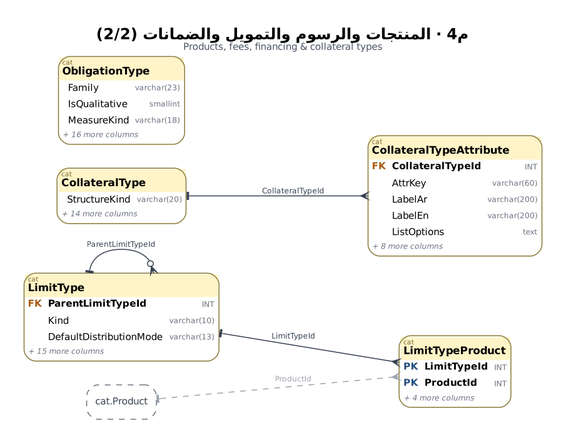
The Graphviz diagram treasury-platform/docs/diagrams/pro/m4_products_2.png in thawrasy/smartlines, before a commit. Its source is kept beside it as treasury-platform/docs/diagrams/pro/src/m4_products_2.dot. Its diagram source:
```dot
digraph G {
  graph [fontname="DejaVu Sans", label=<<B><FONT POINT-SIZE="16">م4 · المنتجات والرسوم والتمويل والضمانات (2/2)</FONT></B><BR/><FONT POINT-SIZE="10" COLOR="#4B5563">Products, fees, financing &amp; collateral types</FONT>>, labelloc=t, rankdir=LR, splines=true, nodesep=0.35, ranksep=1.25, pad=0.35, bgcolor="white", dpi=110];
  node [fontname="DejaVu Sans", fontsize=10];
  edge [fontname="DejaVu Sans", fontsize=8, color="#374151", arrowsize=0.75];
  "cat.LimitType" [shape=plain, label=<<TABLE BORDER="1" COLOR="#8A7A3A" CELLBORDER="0" CELLSPACING="0" CELLPADDING="3" STYLE="rounded" BGCOLOR="white"><TR><TD COLSPAN="3" BGCOLOR="#FFF4C7" ALIGN="LEFT"><FONT POINT-SIZE="7" COLOR="#7A6A2E">cat</FONT><BR ALIGN="LEFT"/><FONT POINT-SIZE="11"><B>LimitType</B></FONT></TD></TR><TR><TD ALIGN="LEFT"><FONT COLOR="#B45309"><B>FK</B></FONT></TD><TD ALIGN="LEFT"><B>ParentLimitTypeId</B></TD><TD ALIGN="RIGHT"><FONT COLOR="#6B7280" POINT-SIZE="8">INT</FONT></TD></TR><TR><TD ALIGN="LEFT"></TD><TD ALIGN="LEFT">Kind</TD><TD ALIGN="RIGHT"><FONT COLOR="#6B7280" POINT-SIZE="8">varchar(10)</FONT></TD></TR><TR><TD ALIGN="LEFT"></TD><TD ALIGN="LEFT">DefaultDistributionMode</TD><TD ALIGN="RIGHT"><FONT COLOR="#6B7280" POINT-SIZE="8">varchar(13)</FONT></TD></TR><TR><TD COLSPAN="3" ALIGN="LEFT"><FONT POINT-SIZE="8" COLOR="#6B7280"><I>+ 15 more columns</I></FONT></TD></TR></TABLE>>];
  "cat.LimitTypeProduct" [shape=plain, label=<<TABLE BORDER="1" COLOR="#8A7A3A" CELLBORDER="0" CELLSPACING="0" CELLPADDING="3" STYLE="rounded" BGCOLOR="white"><TR><TD COLSPAN="3" BGCOLOR="#FFF4C7" ALIGN="LEFT"><FONT POINT-SIZE="7" COLOR="#7A6A2E">cat</FONT><BR ALIGN="LEFT"/><FONT POINT-SIZE="11"><B>LimitTypeProduct</B></FONT></TD></TR><TR><TD ALIGN="LEFT"><FONT COLOR="#1D4E89"><B>PK</B></FONT></TD><TD ALIGN="LEFT"><B>LimitTypeId</B></TD><TD ALIGN="RIGHT"><FONT COLOR="#6B7280" POINT-SIZE="8">INT</FONT></TD></TR><TR><TD ALIGN="LEFT"><FONT COLOR="#1D4E89"><B>PK</B></FONT></TD><TD ALIGN="LEFT"><B>ProductId</B></TD><TD ALIGN="RIGHT"><FONT COLOR="#6B7280" POINT-SIZE="8">INT</FONT></TD></TR><TR><TD COLSPAN="3" ALIGN="LEFT"><FONT POINT-SIZE="8" COLOR="#6B7280"><I>+ 4 more columns</I></FONT></TD></TR></TABLE>>];
  "cat.CollateralType" [shape=plain, label=<<TABLE BORDER="1" COLOR="#8A7A3A" CELLBORDER="0" CELLSPACING="0" CELLPADDING="3" STYLE="rounded" BGCOLOR="white"><TR><TD COLSPAN="3" BGCOLOR="#FFF4C7" ALIGN="LEFT"><FONT POINT-SIZE="7" COLOR="#7A6A2E">cat</FONT><BR ALIGN="LEFT"/><FONT POINT-SIZE="11"><B>CollateralType</B></FONT></TD></TR><TR><TD ALIGN="LEFT"></TD><TD ALIGN="LEFT">StructureKind</TD><TD ALIGN="RIGHT"><FONT COLOR="#6B7280" POINT-SIZE="8">varchar(20)</FONT></TD></TR><TR><TD COLSPAN="3" ALIGN="LEFT"><FONT POINT-SIZE="8" COLOR="#6B7280"><I>+ 14 more columns</I></FONT></TD></TR></TABLE>>];
  "cat.CollateralTypeAttribute" [shape=plain, label=<<TABLE BORDER="1" COLOR="#8A7A3A" CELLBORDER="0" CELLSPACING="0" CELLPADDING="3" STYLE="rounded" BGCOLOR="white"><TR><TD COLSPAN="3" BGCOLOR="#FFF4C7" ALIGN="LEFT"><FONT POINT-SIZE="7" COLOR="#7A6A2E">cat</FONT><BR ALIGN="LEFT"/><FONT POINT-SIZE="11"><B>CollateralTypeAttribute</B></FONT></TD></TR><TR><TD ALIGN="LEFT"><FONT COLOR="#B45309"><B>FK</B></FONT></TD><TD ALIGN="LEFT"><B>CollateralTypeId</B></TD><TD ALIGN="RIGHT"><FONT COLOR="#6B7280" POINT-SIZE="8">INT</FONT></TD></TR><TR><TD ALIGN="LEFT"></TD><TD ALIGN="LEFT">AttrKey</TD><TD ALIGN="RIGHT"><FONT COLOR="#6B7280" POINT-SIZE="8">varchar(60)</FONT></TD></TR><TR><TD ALIGN="LEFT"></TD><TD ALIGN="LEFT">LabelAr</TD><TD ALIGN="RIGHT"><FONT COLOR="#6B7280" POINT-SIZE="8">varchar(200)</FONT></TD></TR><TR><TD ALIGN="LEFT"></TD><TD ALIGN="LEFT">LabelEn</TD><TD ALIGN="RIGHT"><FONT COLOR="#6B7280" POINT-SIZE="8">varchar(200)</FONT></TD></TR><TR><TD ALIGN="LEFT"></TD><TD ALIGN="LEFT">ListOptions</TD><TD ALIGN="RIGHT"><FONT COLOR="#6B7280" POINT-SIZE="8">text</FONT></TD></TR><TR><TD COLSPAN="3" ALIGN="LEFT"><FONT POINT-SIZE="8" COLOR="#6B7280"><I>+ 8 more columns</I></FONT></TD></TR></TABLE>>];
  "cat.ObligationType" [shape=plain, label=<<TABLE BORDER="1" COLOR="#8A7A3A" CELLBORDER="0" CELLSPACING="0" CELLPADDING="3" STYLE="rounded" BGCOLOR="white"><TR><TD COLSPAN="3" BGCOLOR="#FFF4C7" ALIGN="LEFT"><FONT POINT-SIZE="7" COLOR="#7A6A2E">cat</FONT><BR ALIGN="LEFT"/><FONT POINT-SIZE="11"><B>ObligationType</B></FONT></TD></TR><TR><TD ALIGN="LEFT"></TD><TD ALIGN="LEFT">Family</TD><TD ALIGN="RIGHT"><FONT COLOR="#6B7280" POINT-SIZE="8">varchar(23)</FONT></TD></TR><TR><TD ALIGN="LEFT"></TD><TD ALIGN="LEFT">IsQualitative</TD><TD ALIGN="RIGHT"><FONT COLOR="#6B7280" POINT-SIZE="8">smallint</FONT></TD></TR><TR><TD ALIGN="LEFT"></TD><TD ALIGN="LEFT">MeasureKind</TD><TD ALIGN="RIGHT"><FONT COLOR="#6B7280" POINT-SIZE="8">varchar(18)</FONT></TD></TR><TR><TD COLSPAN="3" ALIGN="LEFT"><FONT POINT-SIZE="8" COLOR="#6B7280"><I>+ 16 more columns</I></FONT></TD></TR></TABLE>>];
  "cat.Product" [shape=box, style="rounded,dashed", color="#6B7280", fontcolor="#374151", margin="0.12,0.05", label="cat.Product"];
  "cat.CollateralType" -> "cat.CollateralTypeAttribute" [dir=both, arrowtail=tee, arrowhead=crow, style=solid, color="#374151", fontcolor="#374151", label="CollateralTypeId"];
  "cat.LimitType" -> "cat.LimitType" [dir=both, arrowtail=tee, arrowhead=crowodot, style=solid, color="#374151", fontcolor="#374151", label="ParentLimitTypeId"];
  "cat.LimitType" -> "cat.LimitTypeProduct" [dir=both, arrowtail=tee, arrowhead=crow, style=solid, color="#374151", fontcolor="#374151", label="LimitTypeId"];
  "cat.Product" -> "cat.LimitTypeProduct" [dir=both, arrowtail=tee, arrowhead=crow, style=dashed, color="#9CA3AF", fontcolor="#9CA3AF", label="ProductId"];
}
```
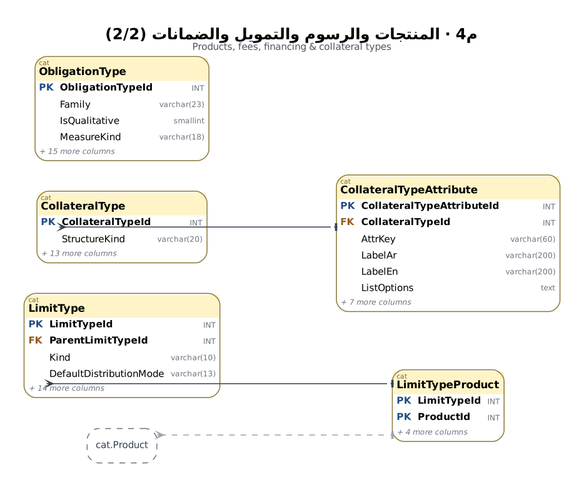
Above is the later version.

What changed in the source:
```diff
@@ -1,15 +1,14 @@
 digraph G {
-  graph [fontname="DejaVu Sans", label=<<B><FONT POINT-SIZE="16">م4 · المنتجات والرسوم والتمويل والضمانات (2/2)</FONT></B><BR/><FONT POINT-SIZE="10" COLOR="#4B5563">Products, fees, financing &amp; collateral types</FONT>>, labelloc=t, rankdir=LR, splines=true, nodesep=0.35, ranksep=1.25, pad=0.35, bgcolor="white", dpi=110];
+  graph [fontname="DejaVu Sans", label=<<B><FONT POINT-SIZE="16">م4 · المنتجات والرسوم والتمويل والضمانات (2/2)</FONT></B><BR/><FONT POINT-SIZE="10" COLOR="#4B5563">Products, fees, financing &amp; collateral types</FONT>>, labelloc=t, rankdir=LR, splines=ortho, nodesep=0.45, ranksep=1.7, pad=0.35, bgcolor="white", dpi=110];
   node [fontname="DejaVu Sans", fontsize=10];
   edge [fontname="DejaVu Sans", fontsize=8, color="#374151", arrowsize=0.75];
-  "cat.LimitType" [shape=plain, label=<<TABLE BORDER="1" COLOR="#8A7A3A" CELLBORDER="0" CELLSPACING="0" CELLPADDING="3" STYLE="rounded" BGCOLOR="white"><TR><TD COLSPAN="3" BGCOLOR="#FFF4C7" ALIGN="LEFT"><FONT POINT-SIZE="7" COLOR="#7A6A2E">cat</FONT><BR ALIGN="LEFT"/><FONT POINT-SIZE="11"><B>LimitType</B></FONT></TD></TR><TR><TD ALIGN="LEFT"><FONT COLOR="#B45309"><B>FK</B></FONT></TD><TD ALIGN="LEFT"><B>ParentLimitTypeId</B></TD><TD ALIGN="RIGHT"><FONT COLOR="#6B7280" POINT-SIZE="8">INT</FONT></TD></TR><TR><TD ALIGN="LEFT"></TD><TD ALIGN="LEFT">Kind</TD><TD ALIGN="RIGHT"><FONT COLOR="#6B7280" POINT-SIZE="8">varchar(10)</FONT></TD></TR><TR><TD ALIGN="LEFT"></TD><TD ALIGN="LEFT">DefaultDistributionMode</TD><TD ALIGN="RIGHT"><FONT COLOR="#6B7280" POINT-SIZE="8">varchar(13)</FONT></TD></TR><TR><TD COLSPAN="3" ALIGN="LEFT"><FONT POINT-SIZE="8" COLOR="#6B7280"><I>+ 15 more columns</I></FONT></TD></TR></TABLE>>];
-  "cat.LimitTypeProduct" [shape=plain, label=<<TABLE BORDER="1" COLOR="#8A7A3A" CELLBORDER="0" CELLSPACING="0" CELLPADDING="3" STYLE="rounded" BGCOLOR="white"><TR><TD COLSPAN="3" BGCOLOR="#FFF4C7" ALIGN="LEFT"><FONT POINT-SIZE="7" COLOR="#7A6A2E">cat</FONT><BR ALIGN="LEFT"/><FONT POINT-SIZE="11"><B>LimitTypeProduct</B></FONT></TD></TR><TR><TD ALIGN="LEFT"><FONT COLOR="#1D4E89"><B>PK</B></FONT></TD><TD ALIGN="LEFT"><B>LimitTypeId</B></TD><TD ALIGN="RIGHT"><FONT COLOR="#6B7280" POINT-SIZE="8">INT</FONT></TD></TR><TR><TD ALIGN="LEFT"><FONT COLOR="#1D4E89"><B>PK</B></FONT></TD><TD ALIGN="LEFT"><B>ProductId</B></TD><TD ALIGN="RIGHT"><FONT COLOR="#6B7280" POINT-SIZE="8">INT</FONT></TD></TR><TR><TD COLSPAN="3" ALIGN="LEFT"><FONT POINT-SIZE="8" COLOR="#6B7280"><I>+ 4 more columns</I></FONT></TD></TR></TABLE>>];
-  "cat.CollateralType" [shape=plain, label=<<TABLE BORDER="1" COLOR="#8A7A3A" CELLBORDER="0" CELLSPACING="0" CELLPADDING="3" STYLE="rounded" BGCOLOR="white"><TR><TD COLSPAN="3" BGCOLOR="#FFF4C7" ALIGN="LEFT"><FONT POINT-SIZE="7" COLOR="#7A6A2E">cat</FONT><BR ALIGN="LEFT"/><FONT POINT-SIZE="11"><B>CollateralType</B></FONT></TD></TR><TR><TD ALIGN="LEFT"></TD><TD ALIGN="LEFT">StructureKind</TD><TD ALIGN="RIGHT"><FONT COLOR="#6B7280" POINT-SIZE="8">varchar(20)</FONT></TD></TR><TR><TD COLSPAN="3" ALIGN="LEFT"><FONT POINT-SIZE="8" COLOR="#6B7280"><I>+ 14 more columns</I></FONT></TD></TR></TABLE>>];
-  "cat.CollateralTypeAttribute" [shape=plain, label=<<TABLE BORDER="1" COLOR="#8A7A3A" CELLBORDER="0" CELLSPACING="0" CELLPADDING="3" STYLE="rounded" BGCOLOR="white"><TR><TD COLSPAN="3" BGCOLOR="#FFF4C7" ALIGN="LEFT"><FONT POINT-SIZE="7" COLOR="#7A6A2E">cat</FONT><BR ALIGN="LEFT"/><FONT POINT-SIZE="11"><B>CollateralTypeAttribute</B></FONT></TD></TR><TR><TD ALIGN="LEFT"><FONT COLOR="#B45309"><B>FK</B></FONT></TD><TD ALIGN="LEFT"><B>CollateralTypeId</B></TD><TD ALIGN="RIGHT"><FONT COLOR="#6B7280" POINT-SIZE="8">INT</FONT></TD></TR><TR><TD ALIGN="LEFT"></TD><TD ALIGN="LEFT">AttrKey</TD><TD ALIGN="RIGHT"><FONT COLOR="#6B7280" POINT-SIZE="8">varchar(60)</FONT></TD></TR><TR><TD ALIGN="LEFT"></TD><TD ALIGN="LEFT">LabelAr</TD><TD ALIGN="RIGHT"><FONT COLOR="#6B7280" POINT-SIZE="8">varchar(200)</FONT></TD></TR><TR><TD ALIGN="LEFT"></TD><TD ALIGN="LEFT">LabelEn</TD><TD ALIGN="RIGHT"><FONT COLOR="#6B7280" POINT-SIZE="8">varchar(200)</FONT></TD></TR><TR><TD ALIGN="LEFT"></TD><TD ALIGN="LEFT">ListOptions</TD><TD ALIGN="RIGHT"><FONT COLOR="#6B7280" POINT-SIZE="8">text</FONT></TD></TR><TR><TD COLSPAN="3" ALIGN="LEFT"><FONT POINT-SIZE="8" COLOR="#6B7280"><I>+ 8 more columns</I></FONT></TD></TR></TABLE>>];
-  "cat.ObligationType" [shape=plain, label=<<TABLE BORDER="1" COLOR="#8A7A3A" CELLBORDER="0" CELLSPACING="0" CELLPADDING="3" STYLE="rounded" BGCOLOR="white"><TR><TD COLSPAN="3" BGCOLOR="#FFF4C7" ALIGN="LEFT"><FONT POINT-SIZE="7" COLOR="#7A6A2E">cat</FONT><BR ALIGN="LEFT"/><FONT POINT-SIZE="11"><B>ObligationType</B></FONT></TD></TR><TR><TD ALIGN="LEFT"></TD><TD ALIGN="LEFT">Family</TD><TD ALIGN="RIGHT"><FONT COLOR="#6B7280" POINT-SIZE="8">varchar(23)</FONT></TD></TR><TR><TD ALIGN="LEFT"></TD><TD ALIGN="LEFT">IsQualitative</TD><TD ALIGN="RIGHT"><FONT COLOR="#6B7280" POINT-SIZE="8">smallint</FONT></TD></TR><TR><TD ALIGN="LEFT"></TD><TD ALIGN="LEFT">MeasureKind</TD><TD ALIGN="RIGHT"><FONT COLOR="#6B7280" POINT-SIZE="8">varchar(18)</FONT></TD></TR><TR><TD COLSPAN="3" ALIGN="LEFT"><FONT POINT-SIZE="8" COLOR="#6B7280"><I>+ 16 more columns</I></FONT></TD></TR></TABLE>>];
+  "cat.LimitType" [shape=plain, label=<<TABLE BORDER="1" COLOR="#8A7A3A" CELLBORDER="0" CELLSPACING="0" CELLPADDING="3" STYLE="rounded" BGCOLOR="white"><TR><TD COLSPAN="3" BGCOLOR="#FFF4C7" ALIGN="LEFT"><FONT POINT-SIZE="7" COLOR="#7A6A2E">cat</FONT><BR ALIGN="LEFT"/><FONT POINT-SIZE="11"><B>LimitType</B></FONT></TD></TR><TR><TD ALIGN="LEFT" PORT="LimitTypeId"><FONT COLOR="#1D4E89"><B>PK</B></FONT></TD><TD ALIGN="LEFT" PORT="LimitTypeId"><B>LimitTypeId</B></TD><TD ALIGN="RIGHT" PORT="LimitTypeId"><FONT COLOR="#6B7280" POINT-SIZE="8">INT</FONT></TD></TR><TR><TD ALIGN="LEFT" PORT="ParentLimitTypeId"><FONT COLOR="#B45309"><B>FK</B></FONT></TD><TD ALIGN="LEFT" PORT="ParentLimitTypeId"><B>ParentLimitTypeId</B></TD><TD ALIGN="RIGHT" PORT="ParentLimitTypeId"><FONT COLOR="#6B7280" POINT-SIZE="8">INT</FONT></TD></TR><TR><TD ALIGN="LEFT"></TD><TD ALIGN="LEFT">Kind</TD><TD ALIGN="RIGHT"><FONT COLOR="#6B7280" POINT-SIZE="8">varchar(10)</FONT></TD></TR><TR><TD ALIGN="LEFT"></TD><TD ALIGN="LEFT">DefaultDistributionMode</TD><TD ALIGN="RIGHT"><FONT COLOR="#6B7280" POINT-SIZE="8">varchar(13)</FONT></TD></TR><TR><TD COLSPAN="3" ALIGN="LEFT"><FONT POINT-SIZE="8" COLOR="#6B7280"><I>+ 14 more columns</I></FONT></TD></TR></TABLE>>];
+  "cat.LimitTypeProduct" [shape=plain, label=<<TABLE BORDER="1" COLOR="#8A7A3A" CELLBORDER="0" CELLSPACING="0" CELLPADDING="3" STYLE="rounded" BGCOLOR="white"><TR><TD COLSPAN="3" BGCOLOR="#FFF4C7" ALIGN="LEFT"><FONT POINT-SIZE="7" COLOR="#7A6A2E">cat</FONT><BR ALIGN="LEFT"/><FONT POINT-SIZE="11"><B>LimitTypeProduct</B></FONT></TD></TR><TR><TD ALIGN="LEFT" PORT="LimitTypeId"><FONT COLOR="#1D4E89"><B>PK</B></FONT></TD><TD ALIGN="LEFT" PORT="LimitTypeId"><B>LimitTypeId</B></TD><TD ALIGN="RIGHT" PORT="LimitTypeId"><FONT COLOR="#6B7280" POINT-SIZE="8">INT</FONT></TD></TR><TR><TD ALIGN="LEFT" PORT="ProductId"><FONT COLOR="#1D4E89"><B>PK</B></FONT></TD><TD ALIGN="LEFT" PORT="ProductId"><B>ProductId</B></TD><TD ALIGN="RIGHT" PORT="ProductId"><FONT COLOR="#6B7280" POINT-SIZE="8">INT</FONT></TD></TR><TR><TD COLSPAN="3" ALIGN="LEFT"><FONT POINT-SIZE="8" COLOR="#6B7280"><I>+ 4 more columns</I></FONT></TD></TR></TABLE>>];
+  "cat.CollateralType" [shape=plain, label=<<TABLE BORDER="1" COLOR="#8A7A3A" CELLBORDER="0" CELLSPACING="0" CELLPADDING="3" STYLE="rounded" BGCOLOR="white"><TR><TD COLSPAN="3" BGCOLOR="#FFF4C7" ALIGN="LEFT"><FONT POINT-SIZE="7" COLOR="#7A6A2E">cat</FONT><BR ALIGN="LEFT"/><FONT POINT-SIZE="11"><B>CollateralType</B></FONT></TD></TR><TR><TD ALIGN="LEFT" PORT="CollateralTypeId"><FONT COLOR="#1D4E89"><B>PK</B></FONT></TD><TD ALIGN="LEFT" PORT="CollateralTypeId"><B>CollateralTypeId</B></TD><TD ALIGN="RIGHT" PORT="CollateralTypeId"><FONT COLOR="#6B7280" POINT-SIZE="8">INT</FONT></TD></TR><TR><TD ALIGN="LEFT"></TD><TD ALIGN="LEFT">StructureKind</TD><TD ALIGN="RIGHT"><FONT COLOR="#6B7280" POINT-SIZE="8">varchar(20)</FONT></TD></TR><TR><TD COLSPAN="3" ALIGN="LEFT"><FONT POINT-SIZE="8" COLOR="#6B7280"><I>+ 13 more columns</I></FONT></TD></TR></TABLE>>];
+  "cat.CollateralTypeAttribute" [shape=plain, label=<<TABLE BORDER="1" COLOR="#8A7A3A" CELLBORDER="0" CELLSPACING="0" CELLPADDING="3" STYLE="rounded" BGCOLOR="white"><TR><TD COLSPAN="3" BGCOLOR="#FFF4C7" ALIGN="LEFT"><FONT POINT-SIZE="7" COLOR="#7A6A2E">cat</FONT><BR ALIGN="LEFT"/><FONT POINT-SIZE="11"><B>CollateralTypeAttribute</B></FONT></TD></TR><TR><TD ALIGN="LEFT" PORT="CollateralTypeAttributeId"><FONT COLOR="#1D4E89"><B>PK</B></FONT></TD><TD ALIGN="LEFT" PORT="CollateralTypeAttributeId"><B>CollateralTypeAttributeId</B></TD><TD ALIGN="RIGHT" PORT="CollateralTypeAttributeId"><FONT COLOR="#6B7280" POINT-SIZE="8">INT</FONT></TD></TR><TR><TD ALIGN="LEFT" PORT="CollateralTypeId"><FONT COLOR="#B45309"><B>FK</B></FONT></TD><TD ALIGN="LEFT" PORT="CollateralTypeId"><B>CollateralTypeId</B></TD><TD ALIGN="RIGHT" PORT="CollateralTypeId"><FONT COLOR="#6B7280" POINT-SIZE="8">INT</FONT></TD></TR><TR><TD ALIGN="LEFT"></TD><TD ALIGN="LEFT">AttrKey</TD><TD ALIGN="RIGHT"><FONT COLOR="#6B7280" POINT-SIZE="8">varchar(60)</FONT></TD></TR><TR><TD ALIGN="LEFT"></TD><TD ALIGN="LEFT">LabelAr</TD><TD ALIGN="RIGHT"><FONT COLOR="#6B7280" POINT-SIZE="8">varchar(200)</FONT></TD></TR><TR><TD ALIGN="LEFT"></TD><TD ALIGN="LEFT">LabelEn</TD><TD ALIGN="RIGHT"><FONT COLOR="#6B7280" POINT-SIZE="8">varchar(200)</FONT></TD></TR><TR><TD ALIGN="LEFT"></TD><TD ALIGN="LEFT">ListOptions</TD><TD ALIGN="RIGHT"><FONT COLOR="#6B7280" POINT-SIZE="8">text</FONT></TD></TR><TR><TD COLSPAN="3" ALIGN="LEFT"><FONT POINT-SIZE="8" COLOR="#6B7280"><I>+ 7 more columns</I></FONT></TD></TR></TABLE>>];
+  "cat.ObligationType" [shape=plain, label=<<TABLE BORDER="1" COLOR="#8A7A3A" CELLBORDER="0" CELLSPACING="0" CELLPADDING="3" STYLE="rounded" BGCOLOR="white"><TR><TD COLSPAN="3" BGCOLOR="#FFF4C7" ALIGN="LEFT"><FONT POINT-SIZE="7" COLOR="#7A6A2E">cat</FONT><BR ALIGN="LEFT"/><FONT POINT-SIZE="11"><B>ObligationType</B></FONT></TD></TR><TR><TD ALIGN="LEFT" PORT="ObligationTypeId"><FONT COLOR="#1D4E89"><B>PK</B></FONT></TD><TD ALIGN="LEFT" PORT="ObligationTypeId"><B>ObligationTypeId</B></TD><TD ALIGN="RIGHT" PORT="ObligationTypeId"><FONT COLOR="#6B7280" POINT-SIZE="8">INT</FONT></TD></TR><TR><TD ALIGN="LEFT"></TD><TD ALIGN="LEFT">Family</TD><TD ALIGN="RIGHT"><FONT COLOR="#6B7280" POINT-SIZE="8">varchar(23)</FONT></TD></TR><TR><TD ALIGN="LEFT"></TD><TD ALIGN="LEFT">IsQualitative</TD><TD ALIGN="RIGHT"><FONT COLOR="#6B7280" POINT-SIZE="8">smallint</FONT></TD></TR><TR><TD ALIGN="LEFT"></TD><TD ALIGN="LEFT">MeasureKind</TD><TD ALIGN="RIGHT"><FONT COLOR="#6B7280" POINT-SIZE="8">varchar(18)</FONT></TD></TR><TR><TD COLSPAN="3" ALIGN="LEFT"><FONT POINT-SIZE="8" COLOR="#6B7280"><I>+ 15 more columns</I></FONT></TD></TR></TABLE>>];
   "cat.Product" [shape=box, style="rounded,dashed", color="#6B7280", fontcolor="#374151", margin="0.12,0.05", label="cat.Product"];
-  "cat.CollateralType" -> "cat.CollateralTypeAttribute" [dir=both, arrowtail=tee, arrowhead=crow, style=solid, color="#374151", fontcolor="#374151", label="CollateralTypeId"];
-  "cat.LimitType" -> "cat.LimitType" [dir=both, arrowtail=tee, arrowhead=crowodot, style=solid, color="#374151", fontcolor="#374151", label="ParentLimitTypeId"];
-  "cat.LimitType" -> "cat.LimitTypeProduct" [dir=both, arrowtail=tee, arrowhead=crow, style=solid, color="#374151", fontcolor="#374151", label="LimitTypeId"];
-  "cat.Product" -> "cat.LimitTypeProduct" [dir=both, arrowtail=tee, arrowhead=crow, style=dashed, color="#9CA3AF", fontcolor="#9CA3AF", label="ProductId"];
+  "cat.LimitType":"LimitTypeId":e -> "cat.LimitTypeProduct":"LimitTypeId":w [dir=both, arrowtail=tee, arrowhead=crow, style=solid, color="#374151", arrowsize=0.7];
+  "cat.Product" -> "cat.LimitTypeProduct":"ProductId":w [dir=both, arrowtail=tee, arrowhead=crow, style=dashed, color="#9CA3AF", arrowsize=0.7];
+  "cat.CollateralType":"CollateralTypeId":e -> "cat.CollateralTypeAttribute":"CollateralTypeId":w [dir=both, arrowtail=tee, arrowhead=crow, style=solid, color="#374151", arrowsize=0.7];
 }
```
